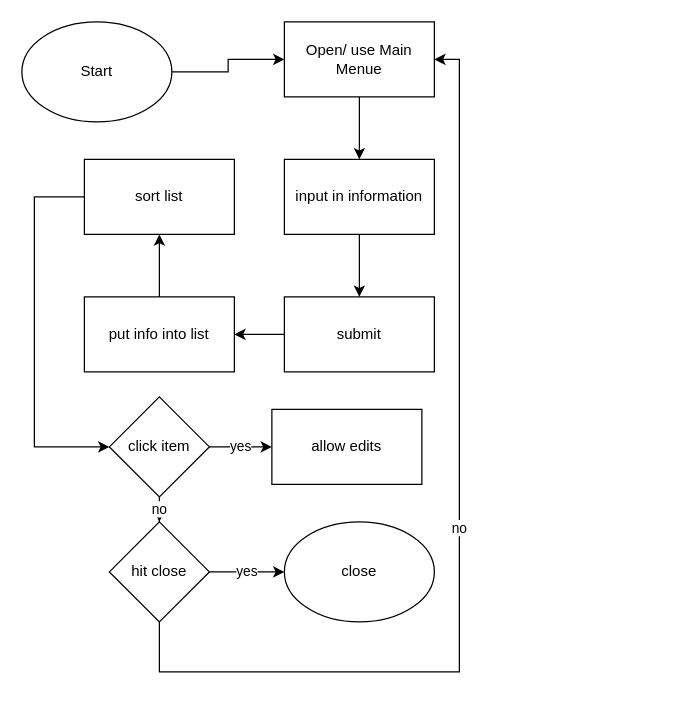
NPITX-programs/Support-Ticket-System keeps this draw.io diagram as Informatiotion/Ticketing Flowchart.drawio. Above is the earlier version. Source tidied: cells renumbered, new cells numbered last; positions are measured from the earlier drawing's top-left corner, leaving out a move shared by most shapes. Both pictures are drawn from the tidied source at 125%, with x=0, y=0 at pixel (21, 21).
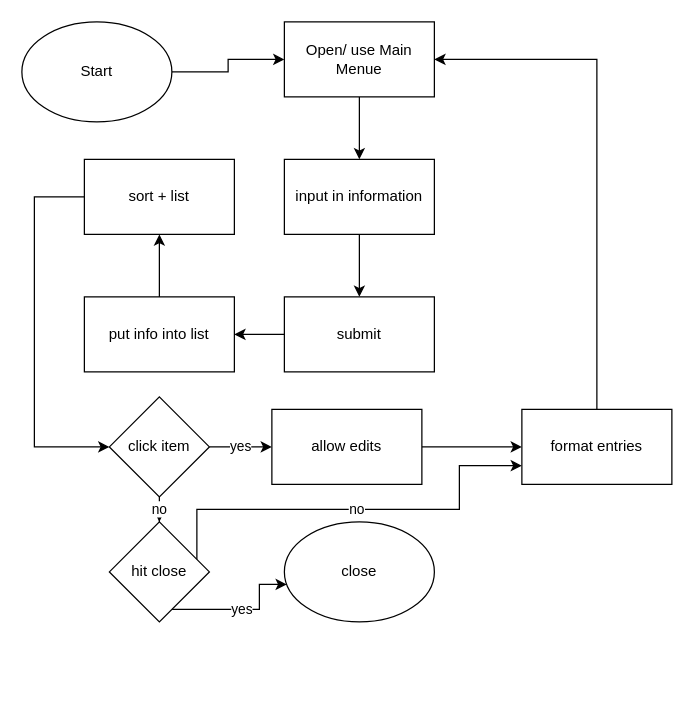
The same diagram, later.

Commit message:
enhanced flowchart

The change refers to these unchanged cells:
```xml
<mxCell id="5" value="Open/ use Main Menue" style="rounded=0;whiteSpace=wrap;html=1;" parent="1" vertex="1">
  <mxGeometry x="210" width="120" height="60" as="geometry" />
</mxCell>
<mxCell id="20" value="allow edits" style="rounded=0;whiteSpace=wrap;html=1;" parent="1" vertex="1">
  <mxGeometry x="200" y="310" width="120" height="60" as="geometry" />
</mxCell>
<mxCell id="23" value="hit close" style="rhombus;whiteSpace=wrap;html=1;" parent="1" vertex="1">
  <mxGeometry x="70" y="400" width="80" height="80" as="geometry" />
</mxCell>
<mxCell id="24" value="close" style="ellipse;whiteSpace=wrap;html=1;" parent="1" vertex="1">
  <mxGeometry x="210" y="400" width="120" height="80" as="geometry" />
</mxCell>
```

Change to the diagram source:
```diff
@@
-    <mxCell id="14" value="sort list" style="rounded=0;whiteSpace=wrap;html=1;" parent="1" vertex="1">
+    <mxCell id="14" value="sort + list" style="rounded=0;whiteSpace=wrap;html=1;" parent="1" vertex="1">
       <mxGeometry x="50" y="110" width="120" height="60" as="geometry" />
     </mxCell>
@@
+    <mxCell id="25" style="edgeStyle=orthogonalEdgeStyle;rounded=0;jettySize=auto;html=1;" parent="1" edge="1" source="20" target="27">
+      <mxGeometry relative="1" as="geometry" />
+    </mxCell>
@@
     <mxCell id="21" value="yes" style="edgeStyle=orthogonalEdgeStyle;rounded=0;jettySize=auto;html=1;" parent="1" edge="1" source="23" target="24">
-      <mxGeometry relative="1" as="geometry" />
+      <mxGeometry relative="1" as="geometry">
+        <Array as="points">
+          <mxPoint x="190" y="470" />
+          <mxPoint x="190" y="450" />
+        </Array>
+      </mxGeometry>
     </mxCell>
-    <mxCell id="22" value="no" style="edgeStyle=orthogonalEdgeStyle;rounded=0;jettySize=auto;html=1;entryX=1;entryY=0.5;entryDx=0;entryDy=0;" parent="1" edge="1" source="23" target="5">
+    <mxCell id="22" value="no" style="edgeStyle=orthogonalEdgeStyle;rounded=0;jettySize=auto;html=1;entryX=0;entryY=0.75;entryDx=0;entryDy=0;" parent="1" edge="1" source="23" target="27">
       <mxGeometry relative="1" as="geometry">
         <Array as="points">
-          <mxPoint x="110" y="520" />
-          <mxPoint x="350" y="520" />
-          <mxPoint x="350" y="30" />
+          <mxPoint x="140" y="390" />
+          <mxPoint x="350" y="390" />
+          <mxPoint x="350" y="355" />
         </Array>
       </mxGeometry>
     </mxCell>
@@
+    <mxCell id="26" style="edgeStyle=orthogonalEdgeStyle;rounded=0;jettySize=auto;html=1;entryX=1;entryY=0.5;entryDx=0;entryDy=0;" parent="1" edge="1" source="27" target="5">
+      <mxGeometry relative="1" as="geometry">
+        <Array as="points">
+          <mxPoint x="460" y="30" />
+        </Array>
+      </mxGeometry>
+    </mxCell>
+    <mxCell id="27" value="format entries" style="whiteSpace=wrap;html=1;rounded=0;" parent="1" vertex="1">
+      <mxGeometry x="400" y="310" width="120" height="60" as="geometry" />
+    </mxCell>
```
